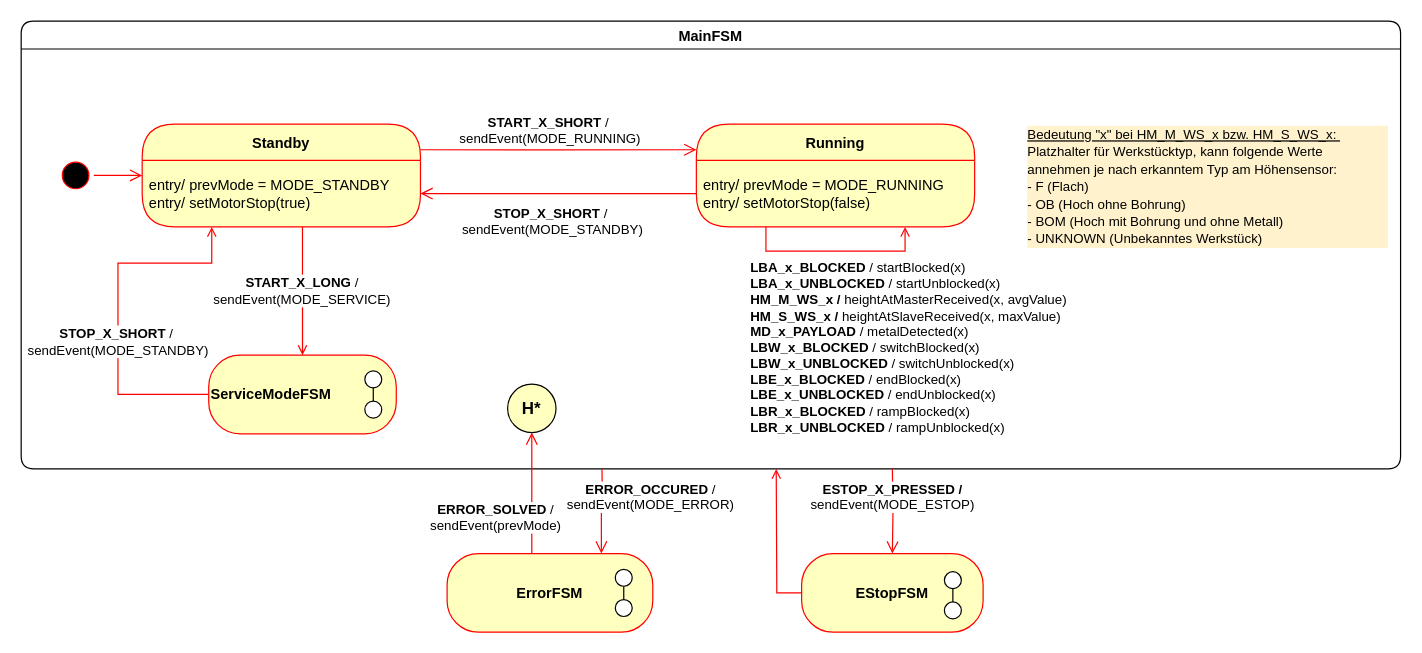
Above: page "main" (2 of 7) of docs/diagrams/fsm/state_machines.drawio in u2knwy/ESEP-2023SoSe-Team-2-1 (draw.io), before the change. Source tidied: cells renumbered, new cells numbered last; positions are measured from the earlier drawing's top-left corner, leaving out a move shared by most shapes. Both pictures are drawn from the tidied source at 121%, with x=0, y=0 at pixel (21, 21).
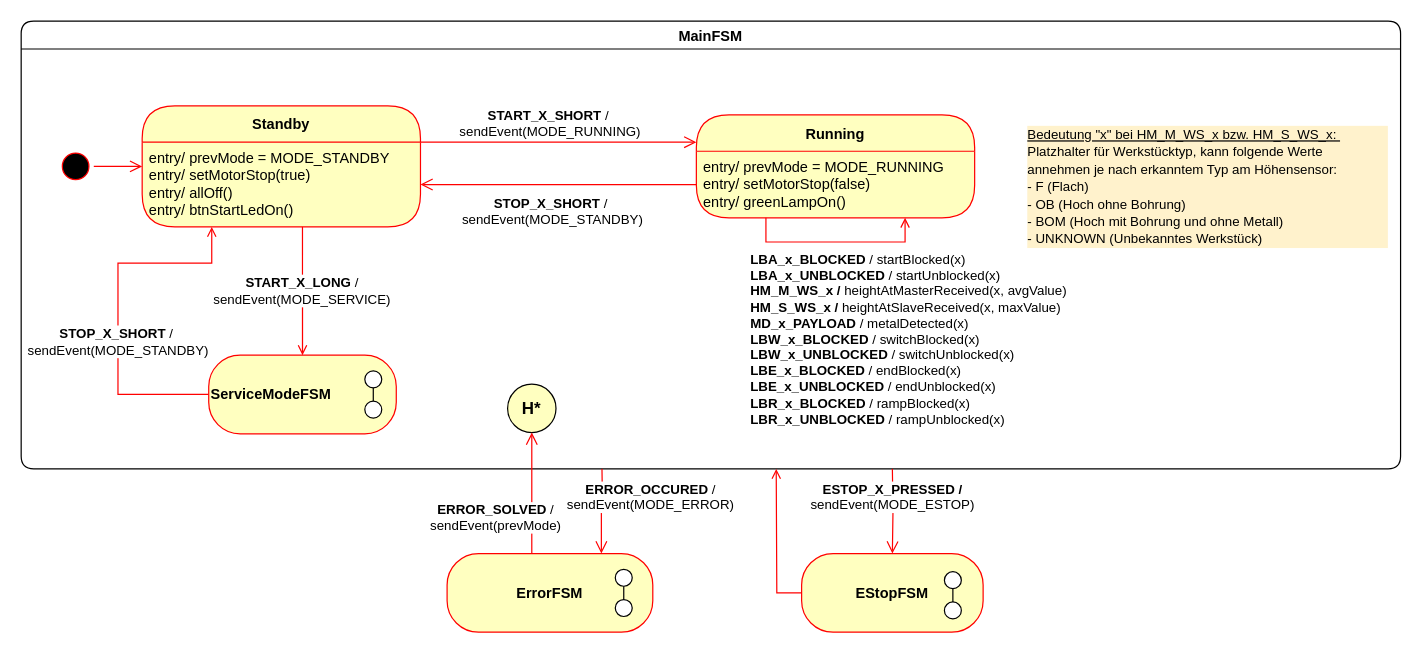
Above is the later version.

The change refers to these unchanged cells:
```xml
<mxCell id="2" value="MainFSM" style="swimlane;rounded=1;swimlaneFillColor=default;" parent="1" vertex="1">
  <mxGeometry width="1140" height="370" as="geometry" />
</mxCell>
```

The edit, as a diff of the source:
```diff
@@
     <mxCell id="6" style="ellipse;html=1;shape=startState;fillColor=#000000;strokeColor=#ff0000;" parent="2" vertex="1">
-      <mxGeometry x="30" y="112.5" width="30" height="30" as="geometry" />
+      <mxGeometry x="30" y="105" width="30" height="30" as="geometry" />
     </mxCell>
     <mxCell id="7" value="Running" style="swimlane;fontStyle=1;align=center;verticalAlign=middle;horizontal=1;startSize=30;fontColor=#000000;rounded=1;arcSize=30;strokeColor=#ff0000;fillColor=#ffffc0;swimlaneFillColor=#ffffc0;" parent="2" vertex="1">
-      <mxGeometry x="558" y="85" width="230" height="85" as="geometry" />
+      <mxGeometry x="558" y="77.5" width="230" height="85" as="geometry" />
     </mxCell>
-    <mxCell id="8" value="entry/ prevMode = MODE_RUNNING&lt;br&gt;entry/ setMotorStop(false)" style="text;html=1;strokeColor=none;fillColor=none;align=left;verticalAlign=middle;spacingLeft=4;spacingRight=4;whiteSpace=wrap;overflow=hidden;fontColor=#000000;" parent="7" vertex="1">
+    <mxCell id="8" value="entry/ prevMode = MODE_RUNNING&lt;br&gt;entry/ setMotorStop(false)&lt;br&gt;entry/ greenLampOn()" style="text;html=1;strokeColor=none;fillColor=none;align=left;verticalAlign=middle;spacingLeft=4;spacingRight=4;whiteSpace=wrap;overflow=hidden;fontColor=#000000;" parent="7" vertex="1">
       <mxGeometry y="30" width="230" height="55" as="geometry" />
     </mxCell>
@@
     <mxCell id="10" value="Standby" style="swimlane;fontStyle=1;align=center;verticalAlign=middle;horizontal=1;startSize=30;fontColor=#000000;rounded=1;arcSize=30;strokeColor=#ff0000;fillColor=#ffffc0;swimlaneFillColor=#ffffc0;" parent="2" vertex="1">
-      <mxGeometry x="100" y="85" width="230" height="85" as="geometry" />
+      <mxGeometry x="100" y="70" width="230" height="100" as="geometry" />
     </mxCell>
-    <mxCell id="11" value="entry/ prevMode = MODE_STANDBY&lt;br&gt;entry/ setMotorStop(true)" style="text;html=1;strokeColor=none;fillColor=none;align=left;verticalAlign=middle;spacingLeft=4;spacingRight=4;whiteSpace=wrap;overflow=hidden;fontColor=#000000;" parent="10" vertex="1">
-      <mxGeometry y="30" width="230" height="55" as="geometry" />
+    <mxCell id="11" value="entry/ prevMode = MODE_STANDBY&lt;br&gt;entry/ setMotorStop(true)&lt;br&gt;entry/ allOff()&lt;br&gt;entry/ btnStartLedOn()" style="text;html=1;strokeColor=none;fillColor=none;align=left;verticalAlign=middle;spacingLeft=4;spacingRight=4;whiteSpace=wrap;overflow=hidden;fontColor=#000000;" parent="10" vertex="1">
+      <mxGeometry y="30" width="230" height="70" as="geometry" />
     </mxCell>
@@
-    <mxCell id="13" value="START_X_SHORT&lt;span style=&quot;font-weight: normal;&quot;&gt; /&amp;nbsp;&lt;br&gt;sendEvent(MODE_RUNNING)&lt;/span&gt;" style="edgeStyle=orthogonalEdgeStyle;html=1;verticalAlign=bottom;endArrow=open;endSize=8;strokeColor=#ff0000;rounded=0;exitX=1;exitY=0.25;exitDx=0;exitDy=0;fontStyle=1;entryX=0;entryY=0.25;entryDx=0;entryDy=0;" parent="2" edge="1" source="10" target="7">
-      <mxGeometry x="-0.06" relative="1" as="geometry" />
+    <mxCell id="13" value="START_X_SHORT&lt;span style=&quot;font-weight: normal;&quot;&gt; /&amp;nbsp;&lt;br&gt;sendEvent(MODE_RUNNING)&lt;/span&gt;" style="edgeStyle=orthogonalEdgeStyle;html=1;verticalAlign=bottom;endArrow=open;endSize=8;strokeColor=#ff0000;rounded=0;exitX=1;exitY=0;exitDx=0;exitDy=0;fontStyle=1;" parent="2" edge="1" source="11">
+      <mxGeometry x="-0.06" relative="1" as="geometry">
+        <mxPoint x="558" y="100" as="targetPoint" />
+        <Array as="points">
+          <mxPoint x="558" y="100" />
+        </Array>
+      </mxGeometry>
     </mxCell>
```
